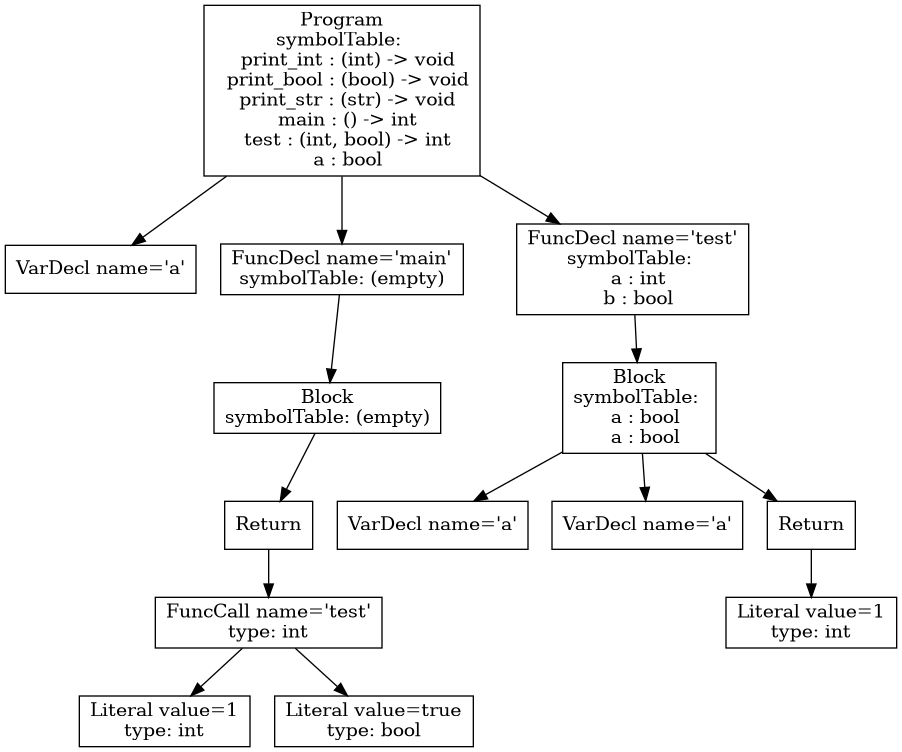
Earlier version of the Graphviz export p3-analysis/tree.png (purejerome/cs432_project). Its source is kept beside it as p3-analysis/tree.dot.
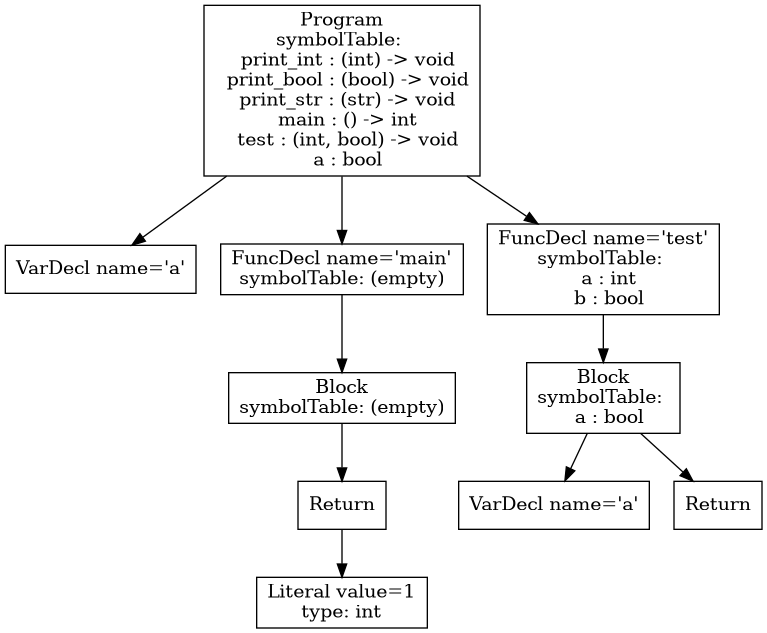
Above is the later version.

Diff of the diagram source:
```diff
@@ -1,29 +1,21 @@
 digraph AST {
 1 [shape=box, label="VarDecl name='a'"];
-6 [shape=box, label="Literal value=1\ntype: int"];
-7 [shape=box, label="Literal value=true\ntype: bool"];
-5 [shape=box, label="FuncCall name='test'\ntype: int"];
-5 -> 6;
-5 -> 7;
+5 [shape=box, label="Literal value=1\ntype: int"];
 4 [shape=box, label="Return"];
 4 -> 5;
 3 [shape=box, label="Block\nsymbolTable: (empty)"];
 3 -> 4;
 2 [shape=box, label="FuncDecl name='main'\nsymbolTable: (empty)"];
 2 -> 3;
-10 [shape=box, label="VarDecl name='a'"];
-11 [shape=box, label="VarDecl name='a'"];
-13 [shape=box, label="Literal value=1\ntype: int"];
-12 [shape=box, label="Return"];
-12 -> 13;
-9 [shape=box, label="Block\nsymbolTable: \n  a : bool\n  a : bool"];
-9 -> 10;
-9 -> 11;
-9 -> 12;
-8 [shape=box, label="FuncDecl name='test'\nsymbolTable: \n  a : int\n  b : bool"];
-8 -> 9;
-0 [shape=box, label="Program\nsymbolTable: \n  print_int : (int) -> void\n  print_bool : (bool) -> void\n  print_str : (str) -> void\n  main : () -> int\n  test : (int, bool) -> int\n  a : bool"];
+8 [shape=box, label="VarDecl name='a'"];
+9 [shape=box, label="Return"];
+7 [shape=box, label="Block\nsymbolTable: \n  a : bool"];
+7 -> 8;
+7 -> 9;
+6 [shape=box, label="FuncDecl name='test'\nsymbolTable: \n  a : int\n  b : bool"];
+6 -> 7;
+0 [shape=box, label="Program\nsymbolTable: \n  print_int : (int) -> void\n  print_bool : (bool) -> void\n  print_str : (str) -> void\n  main : () -> int\n  test : (int, bool) -> void\n  a : bool"];
 0 -> 1;
 0 -> 2;
-0 -> 8;
+0 -> 6;
 }
```
